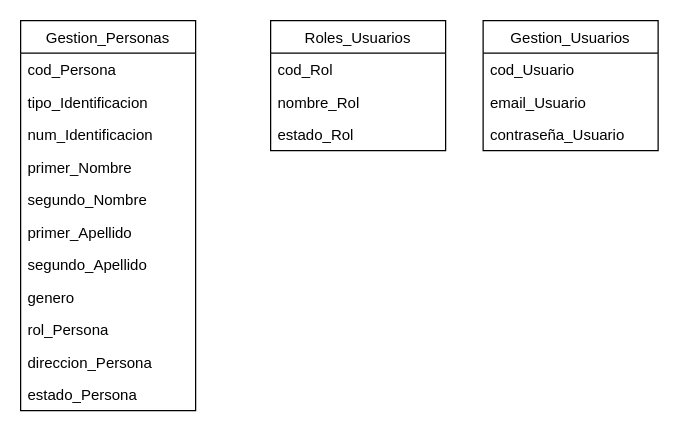
This is page "Yesid Linares Palmino" (3 of 5) of Untitled Diagram.drawio from dpeter1290/riesgoseincidentesSST, a draw.io file, before an edit. Source tidied: cells renumbered, new cells numbered last; positions are measured from the earlier drawing's top-left corner, leaving out a move shared by most shapes. Both pictures are drawn from the tidied source at 125%, with x=0, y=0 at pixel (20, 20).
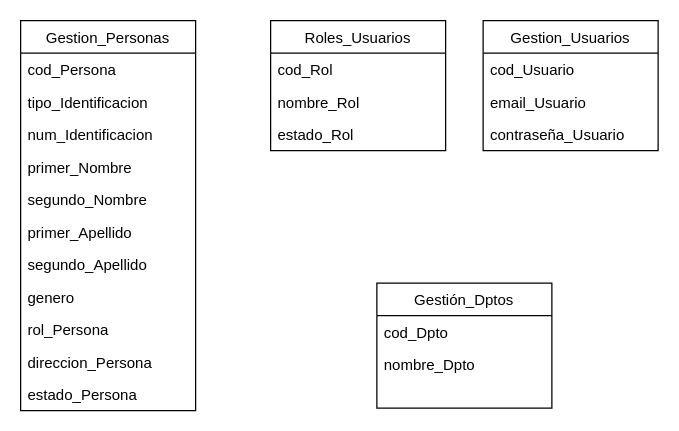
After the change.

Commit message:
Update Clase Dptos

The edit, as a diff of the source:
```diff
@@
+    <mxCell id="22" value="Gestión_Dptos" style="swimlane;fontStyle=0;horizontal=1;startSize=26;fillColor=none;" parent="1" vertex="1">
+      <mxGeometry x="285" y="210" width="140" height="100" as="geometry" />
+    </mxCell>
+    <mxCell id="23" value="cod_Dpto" style="text;strokeColor=none;fillColor=none;align=left;verticalAlign=top;spacingLeft=4;spacingRight=4;overflow=hidden;" parent="22" vertex="1">
+      <mxGeometry y="26" width="140" height="26" as="geometry" />
+    </mxCell>
+    <mxCell id="24" value="nombre_Dpto" style="text;strokeColor=none;fillColor=none;align=left;verticalAlign=top;spacingLeft=4;spacingRight=4;overflow=hidden;" parent="22" vertex="1">
+      <mxGeometry y="52" width="140" height="48" as="geometry" />
+    </mxCell>
```
